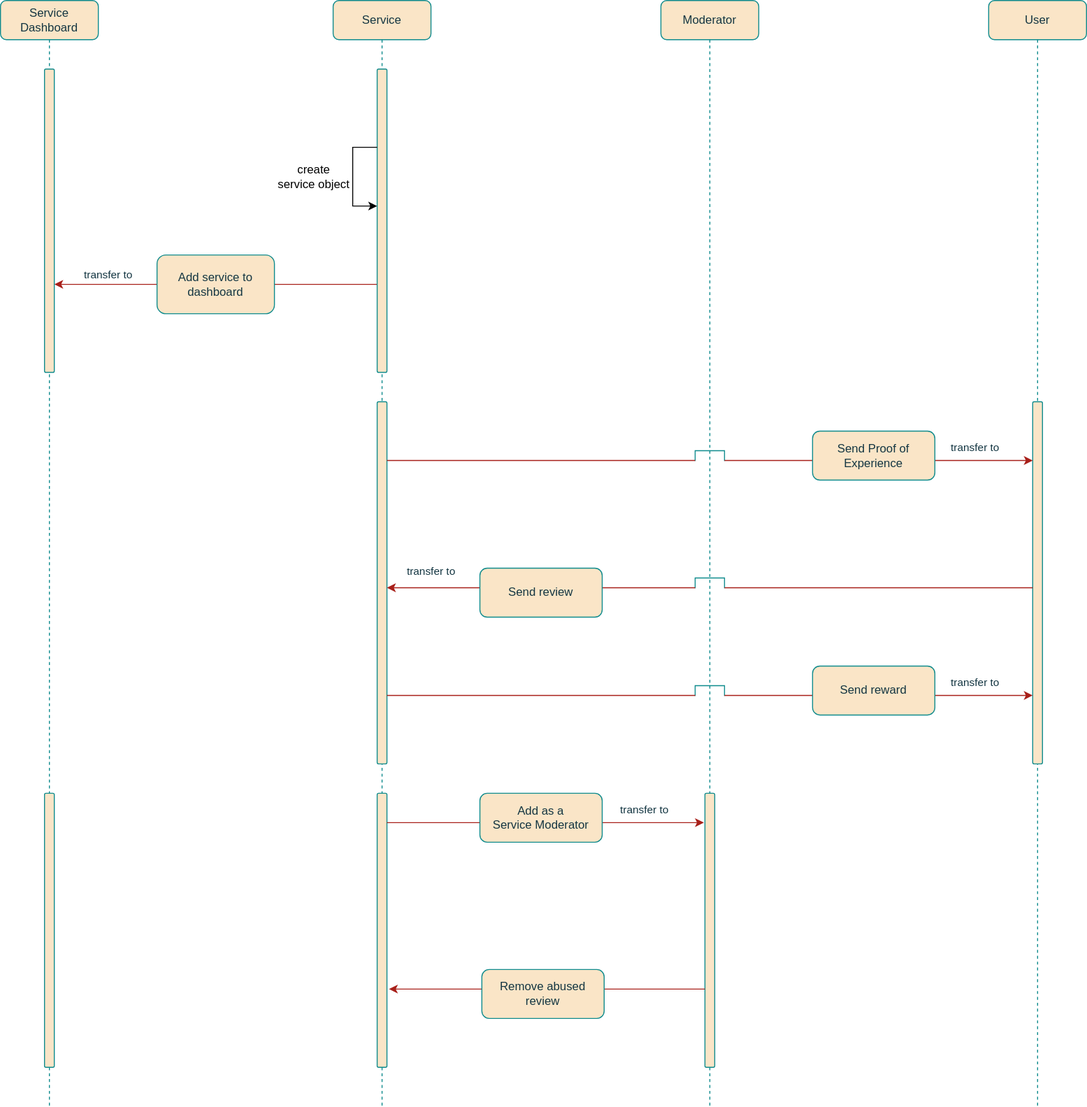
Before: Seq_Diagram.drawio.svg, a diagram exported from draw.io (devan-ko/rating_poc). Source tidied: cells renumbered, new cells last; positions are measured from the earlier drawing's top-left corner, leaving out a move shared by most shapes.
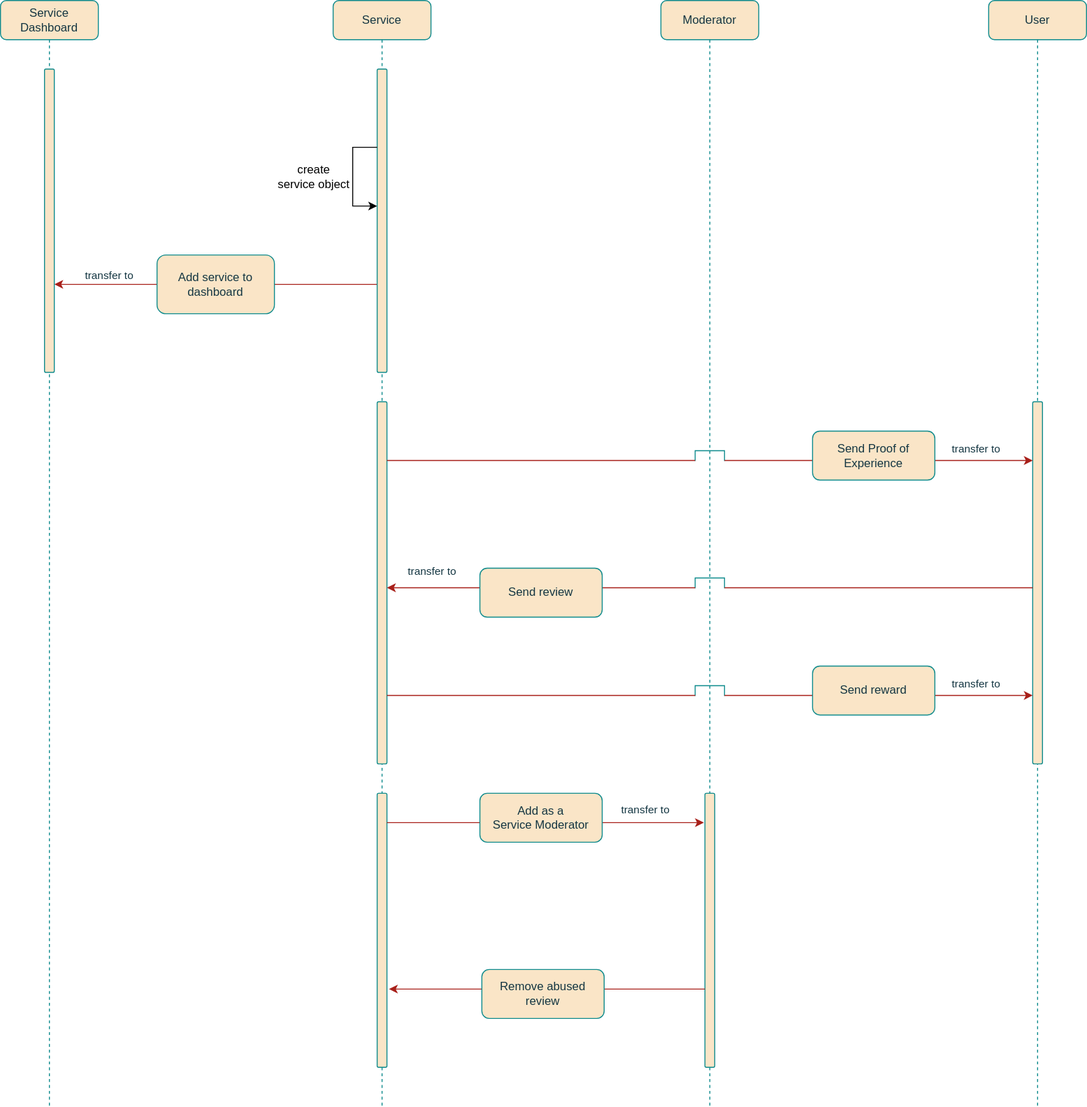
The same diagram one commit later.

What changed in the source:
```diff
@@ -62,9 +62,6 @@
     <mxCell id="15" style="html=1;perimeter=orthogonalPerimeter;targetShapes=umlLifeline;newEdgeStyle={&quot;curved&quot;:0,&quot;rounded&quot;:0};labelBackgroundColor=none;rounded=1;fillColor=#FAE5C7;strokeColor=#0F8B8D;fontColor=#143642;" parent="14" vertex="1">
       <mxGeometry x="45" y="70" width="10" height="310" as="geometry" />
     </mxCell>
-    <mxCell id="16" style="html=1;perimeter=orthogonalPerimeter;targetShapes=umlLifeline;newEdgeStyle={&quot;curved&quot;:0,&quot;rounded&quot;:0};labelBackgroundColor=none;rounded=1;fillColor=#FAE5C7;strokeColor=#0F8B8D;fontColor=#143642;" parent="14" vertex="1">
-      <mxGeometry x="45" y="810" width="10" height="280" as="geometry" />
-    </mxCell>
     <mxCell id="17" value="Add service to dashboard" style="rounded=1;whiteSpace=wrap;html=1;labelBackgroundColor=none;fillColor=#FAE5C7;strokeColor=#0F8B8D;fontColor=#143642;" parent="1" vertex="1">
       <mxGeometry x="160" y="260" width="120" height="60" as="geometry" />
     </mxCell>
```
